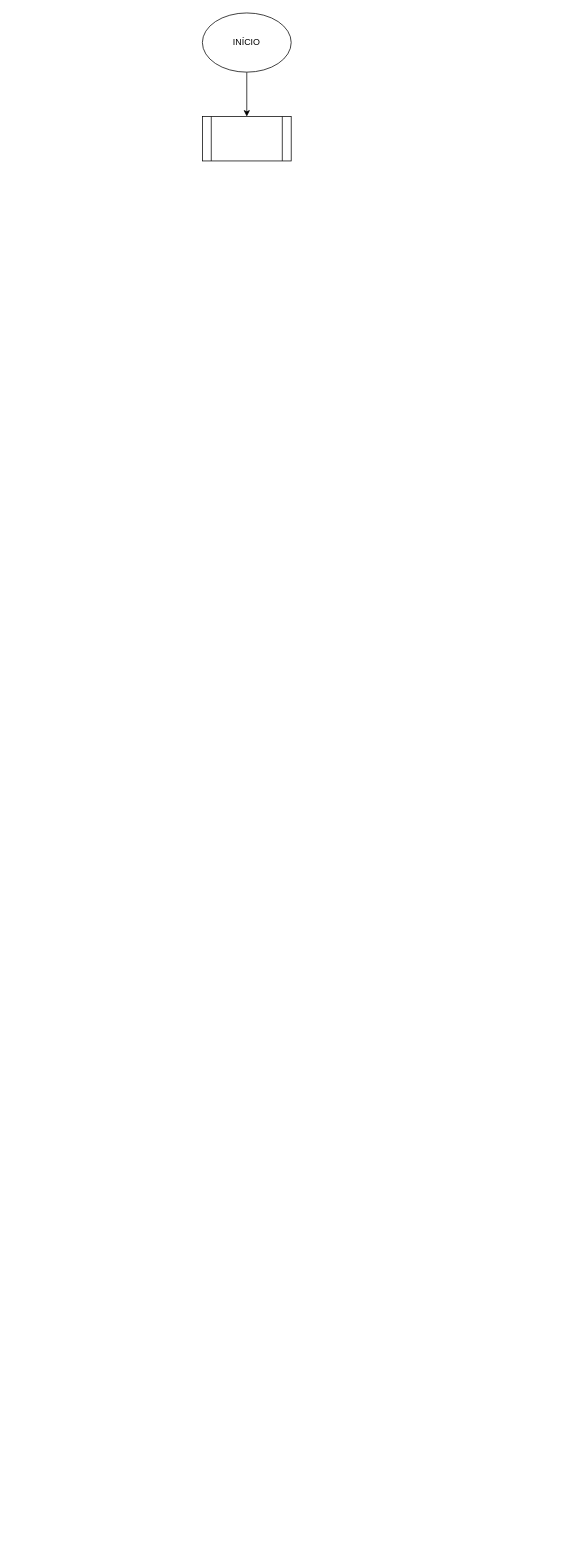
LeoCristo/armcod001 keeps this draw.io diagram as Diagrama sem nome.drawio. Above is the earlier version. Source tidied: cells renumbered, new cells numbered last; positions are measured from the earlier drawing's top-left corner, leaving out a move shared by most shapes. Both pictures are drawn from the tidied source at 74%, with x=0, y=0 at pixel (202, 13).
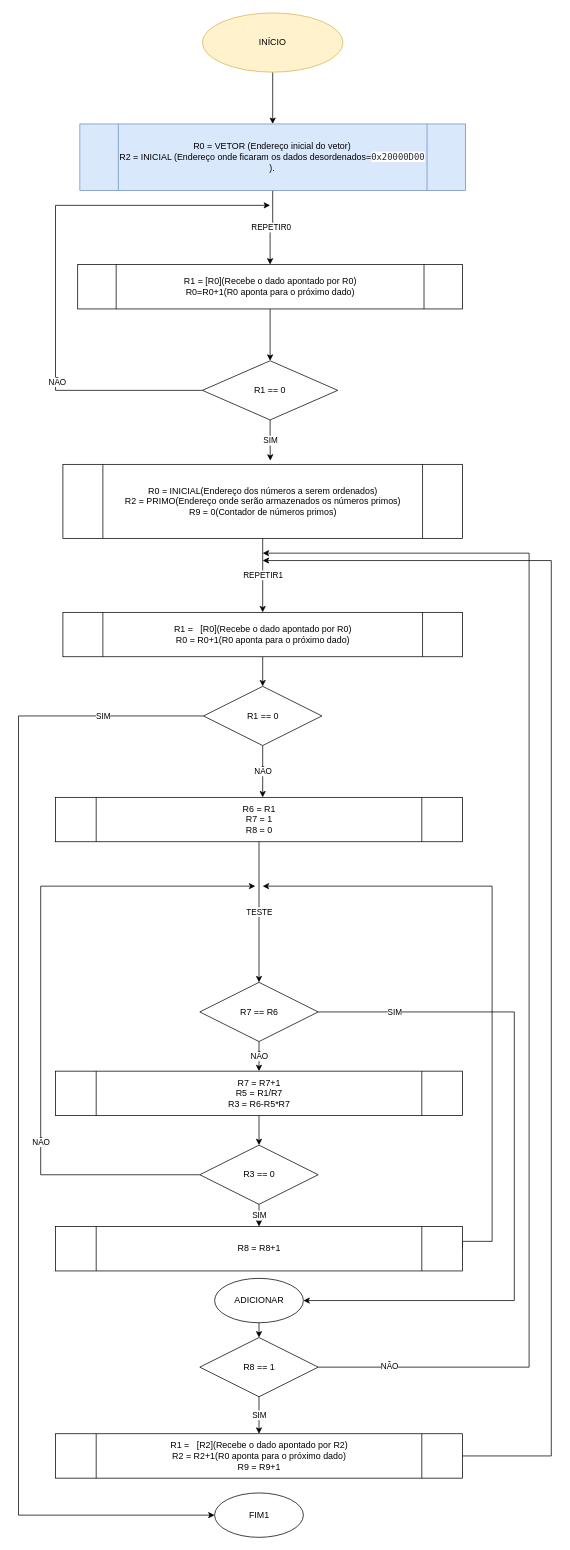
Above is the later version.

What changed in the source:
```diff
@@
-    <mxCell id="2" style="edgeStyle=orthogonalEdgeStyle;rounded=0;jettySize=auto;html=1;exitX=0.5;exitY=1;exitDx=0;exitDy=0;entryX=0.5;entryY=0;entryDx=0;entryDy=0;" parent="1" edge="1" source="3" target="4">
-      <mxGeometry relative="1" as="geometry" />
-    </mxCell>
+    <mxCell id="5" style="edgeStyle=orthogonalEdgeStyle;rounded=0;jettySize=auto;html=1;" parent="1" edge="1" source="3" target="7">
+      <mxGeometry relative="1" as="geometry" />
+    </mxCell>
-    <mxCell id="3" value="INÍCIO" style="ellipse;whiteSpace=wrap;html=1;" parent="1" vertex="1">
-      <mxGeometry width="120" height="80" as="geometry" />
+    <mxCell id="3" value="INÍCIO" style="ellipse;whiteSpace=wrap;html=1;fillColor=#fff2cc;strokeColor=#d6b656;" parent="1" vertex="1">
+      <mxGeometry width="190" height="80" as="geometry" />
     </mxCell>
-    <mxCell id="4" style="shape=process;whiteSpace=wrap;html=1;backgroundOutline=1;" parent="1" vertex="1">
-      <mxGeometry y="140" width="120" height="60" as="geometry" />
-    </mxCell>
+    <mxCell id="6" value="REPETIR0" style="edgeStyle=orthogonalEdgeStyle;rounded=0;jettySize=auto;html=1;entryX=0.5;entryY=0;entryDx=0;entryDy=0;" parent="1" edge="1" source="7" target="9">
+      <mxGeometry relative="1" as="geometry" />
+    </mxCell>
+    <mxCell id="7" value="R0 = VETOR (Endereço inicial do vetor)&lt;br&gt;R2 = INICIAL (Endereço onde ficaram os dados desordenados=&lt;span style=&quot;color: rgb(36, 41, 47); font-family: ui-monospace, SFMono-Regular, &amp;quot;SF Mono&amp;quot;, Menlo, Consolas, &amp;quot;Liberation Mono&amp;quot;, monospace; text-align: start; background-color: rgb(255, 255, 255);&quot;&gt;0x20000D00&lt;/span&gt;&lt;br&gt;)." style="shape=process;whiteSpace=wrap;html=1;backgroundOutline=1;fillColor=#dae8fc;strokeColor=#6c8ebf;" parent="1" vertex="1">
+      <mxGeometry x="-165.6" y="150" width="521.2" height="90" as="geometry" />
+    </mxCell>
+    <mxCell id="8" style="edgeStyle=orthogonalEdgeStyle;rounded=0;jettySize=auto;html=1;exitX=0.5;exitY=1;exitDx=0;exitDy=0;entryX=0.5;entryY=0;entryDx=0;entryDy=0;" parent="1" edge="1" source="9" target="13">
+      <mxGeometry relative="1" as="geometry" />
+    </mxCell>
+    <mxCell id="9" value="R1 =&amp;nbsp;[R0](Recebe o dado apontado por R0)&lt;br&gt;R0=R0+1(R0 aponta para o próximo dado)" style="shape=process;whiteSpace=wrap;html=1;backgroundOutline=1;" parent="1" vertex="1">
+      <mxGeometry x="-168.5" y="340" width="520" height="60" as="geometry" />
+    </mxCell>
+    <mxCell id="10" style="edgeStyle=orthogonalEdgeStyle;rounded=0;jettySize=auto;html=1;exitX=0;exitY=0.5;exitDx=0;exitDy=0;" parent="1" edge="1" source="13">
+      <mxGeometry relative="1" as="geometry">
+        <mxPoint x="91.5" y="260" as="targetPoint" />
+        <Array as="points">
+          <mxPoint x="-198.5" y="510" />
+          <mxPoint x="-198.5" y="260" />
+          <mxPoint x="91.5" y="260" />
+        </Array>
+      </mxGeometry>
+    </mxCell>
+    <mxCell id="11" value="NÃO" style="edgeLabel;html=1;align=center;verticalAlign=middle;" parent="10" vertex="1">
+      <mxGeometry x="-0.43" y="-2" relative="1" as="geometry" />
+    </mxCell>
+    <mxCell id="12" value="SIM" style="edgeStyle=orthogonalEdgeStyle;rounded=0;jettySize=auto;html=1;exitX=0.5;exitY=1;exitDx=0;exitDy=0;entryX=0.519;entryY=-0.05;entryDx=0;entryDy=0;entryPerimeter=0;" parent="1" edge="1" source="13" target="15">
+      <mxGeometry relative="1" as="geometry" />
+    </mxCell>
+    <mxCell id="13" value="R1 == 0" style="rhombus;whiteSpace=wrap;html=1;" parent="1" vertex="1">
+      <mxGeometry y="470" width="183" height="80" as="geometry" />
+    </mxCell>
+    <mxCell id="14" value="REPETIR1" style="edgeStyle=orthogonalEdgeStyle;rounded=0;jettySize=auto;html=1;exitX=0.5;exitY=1;exitDx=0;exitDy=0;entryX=0.5;entryY=0;entryDx=0;entryDy=0;" parent="1" edge="1" source="15" target="17">
+      <mxGeometry relative="1" as="geometry" />
+    </mxCell>
+    <mxCell id="15" value="R0 = INICIAL(Endereço dos números a serem ordenados)&lt;br&gt;R2 = PRIMO(Endereço onde serão armazenados os números primos)&lt;br&gt;R9 = 0(Contador de números primos)" style="shape=process;whiteSpace=wrap;html=1;backgroundOutline=1;" parent="1" vertex="1">
+      <mxGeometry x="-188.5" y="610" width="540" height="100" as="geometry" />
+    </mxCell>
+    <mxCell id="16" style="edgeStyle=orthogonalEdgeStyle;rounded=0;jettySize=auto;html=1;exitX=0.5;exitY=1;exitDx=0;exitDy=0;entryX=0.5;entryY=0;entryDx=0;entryDy=0;" parent="1" edge="1" source="17" target="21">
+      <mxGeometry relative="1" as="geometry" />
+    </mxCell>
+    <mxCell id="17" value="R1 =&amp;nbsp;&amp;nbsp;&amp;nbsp;[R0](Recebe o dado apontado por R0)&lt;br&gt;R0 = R0+1(R0 aponta para o próximo dado)" style="shape=process;whiteSpace=wrap;html=1;backgroundOutline=1;" parent="1" vertex="1">
+      <mxGeometry x="-188.5" y="810" width="540" height="60" as="geometry" />
+    </mxCell>
+    <mxCell id="18" value="NÃO" style="edgeStyle=orthogonalEdgeStyle;rounded=0;jettySize=auto;html=1;exitX=0.5;exitY=1;exitDx=0;exitDy=0;" parent="1" edge="1" source="21">
+      <mxGeometry relative="1" as="geometry">
+        <mxPoint x="81.5" y="1060" as="targetPoint" />
+      </mxGeometry>
+    </mxCell>
+    <mxCell id="19" style="edgeStyle=orthogonalEdgeStyle;rounded=0;jettySize=auto;html=1;exitX=0;exitY=0.5;exitDx=0;exitDy=0;entryX=0;entryY=0.5;entryDx=0;entryDy=0;" parent="1" edge="1" source="21" target="44">
+      <mxGeometry relative="1" as="geometry">
+        <Array as="points">
+          <mxPoint x="-248.5" y="950" />
+          <mxPoint x="-248.5" y="2030" />
+        </Array>
+      </mxGeometry>
+    </mxCell>
+    <mxCell id="20" value="SIM" style="edgeLabel;html=1;align=center;verticalAlign=middle;" parent="19" vertex="1">
+      <mxGeometry x="-0.83" y="-1" relative="1" as="geometry" />
+    </mxCell>
+    <mxCell id="21" value="R1 == 0" style="rhombus;whiteSpace=wrap;html=1;" parent="1" vertex="1">
+      <mxGeometry x="1.5" y="910" width="160" height="80" as="geometry" />
+    </mxCell>
+    <mxCell id="22" value="TESTE" style="edgeStyle=orthogonalEdgeStyle;rounded=0;jettySize=auto;html=1;entryX=0.5;entryY=0;entryDx=0;entryDy=0;" parent="1" edge="1" source="23" target="27">
+      <mxGeometry relative="1" as="geometry" />
+    </mxCell>
+    <mxCell id="23" value="R6 = R1&lt;br&gt;R7 = 1&lt;br&gt;R8 = 0" style="shape=process;whiteSpace=wrap;html=1;backgroundOutline=1;" parent="1" vertex="1">
+      <mxGeometry x="-198.5" y="1060" width="550" height="60" as="geometry" />
+    </mxCell>
+    <mxCell id="24" value="NÃO" style="edgeStyle=orthogonalEdgeStyle;rounded=0;jettySize=auto;html=1;" parent="1" edge="1" source="27" target="29">
+      <mxGeometry relative="1" as="geometry" />
+    </mxCell>
+    <mxCell id="25" style="edgeStyle=orthogonalEdgeStyle;rounded=0;jettySize=auto;html=1;exitX=1;exitY=0.5;exitDx=0;exitDy=0;entryX=1;entryY=0.5;entryDx=0;entryDy=0;" parent="1" edge="1" source="27" target="43">
+      <mxGeometry relative="1" as="geometry">
+        <Array as="points">
+          <mxPoint x="421.5" y="1350" />
+          <mxPoint x="421.5" y="1740" />
+        </Array>
+      </mxGeometry>
+    </mxCell>
+    <mxCell id="26" value="SIM" style="edgeLabel;html=1;align=center;verticalAlign=middle;" parent="25" vertex="1">
+      <mxGeometry x="-0.78" relative="1" as="geometry" />
+    </mxCell>
+    <mxCell id="27" value="R7 == R6" style="rhombus;whiteSpace=wrap;html=1;" parent="1" vertex="1">
+      <mxGeometry x="-3.5" y="1310" width="160" height="80" as="geometry" />
+    </mxCell>
+    <mxCell id="28" style="edgeStyle=orthogonalEdgeStyle;rounded=0;jettySize=auto;html=1;" parent="1" edge="1" source="29" target="33">
+      <mxGeometry relative="1" as="geometry" />
+    </mxCell>
+    <mxCell id="29" value="R7 = R7+1&lt;br&gt;R5 = R1/R7&lt;br&gt;R3 = R6-R5*R7" style="shape=process;whiteSpace=wrap;html=1;backgroundOutline=1;" parent="1" vertex="1">
+      <mxGeometry x="-198.5" y="1430" width="550" height="60" as="geometry" />
+    </mxCell>
+    <mxCell id="30" style="edgeStyle=orthogonalEdgeStyle;rounded=0;jettySize=auto;html=1;exitX=0;exitY=0.5;exitDx=0;exitDy=0;" parent="1" edge="1" source="33">
+      <mxGeometry relative="1" as="geometry">
+        <mxPoint x="71.5" y="1180" as="targetPoint" />
+        <Array as="points">
+          <mxPoint x="-218.5" y="1570" />
+        </Array>
+      </mxGeometry>
+    </mxCell>
+    <mxCell id="31" value="NÃO" style="edgeLabel;html=1;align=center;verticalAlign=middle;" parent="30" vertex="1">
+      <mxGeometry x="-0.42" relative="1" as="geometry" />
+    </mxCell>
+    <mxCell id="32" value="SIM" style="edgeStyle=orthogonalEdgeStyle;rounded=0;jettySize=auto;html=1;" parent="1" edge="1" source="33" target="35">
+      <mxGeometry relative="1" as="geometry" />
+    </mxCell>
+    <mxCell id="33" value="R3 == 0" style="rhombus;whiteSpace=wrap;html=1;" parent="1" vertex="1">
+      <mxGeometry x="-3.5" y="1530" width="160" height="80" as="geometry" />
+    </mxCell>
+    <mxCell id="34" style="edgeStyle=orthogonalEdgeStyle;rounded=0;jettySize=auto;html=1;exitX=1;exitY=0.5;exitDx=0;exitDy=0;" parent="1" edge="1" source="35">
+      <mxGeometry relative="1" as="geometry">
+        <mxPoint x="81.5" y="1180" as="targetPoint" />
+        <Array as="points">
+          <mxPoint x="391.5" y="1660" />
+          <mxPoint x="391.5" y="1180" />
+        </Array>
+      </mxGeometry>
+    </mxCell>
+    <mxCell id="35" value="R8 = R8+1" style="shape=process;whiteSpace=wrap;html=1;backgroundOutline=1;" parent="1" vertex="1">
+      <mxGeometry x="-198.5" y="1640" width="550" height="60" as="geometry" />
+    </mxCell>
+    <mxCell id="36" style="edgeStyle=orthogonalEdgeStyle;rounded=0;jettySize=auto;html=1;exitX=1;exitY=0.5;exitDx=0;exitDy=0;" parent="1" edge="1" source="39">
+      <mxGeometry relative="1" as="geometry">
+        <mxPoint x="81.5" y="730" as="targetPoint" />
+        <Array as="points">
+          <mxPoint x="441.5" y="1830" />
+          <mxPoint x="441.5" y="730" />
+        </Array>
+      </mxGeometry>
+    </mxCell>
+    <mxCell id="37" value="NÃO" style="edgeLabel;html=1;align=center;verticalAlign=middle;" parent="36" vertex="1">
+      <mxGeometry x="-0.89" y="2" relative="1" as="geometry" />
+    </mxCell>
+    <mxCell id="38" value="SIM" style="edgeStyle=orthogonalEdgeStyle;rounded=0;jettySize=auto;html=1;" parent="1" edge="1" source="39" target="41">
+      <mxGeometry relative="1" as="geometry" />
+    </mxCell>
+    <mxCell id="39" value="R8 == 1" style="rhombus;whiteSpace=wrap;html=1;" parent="1" vertex="1">
+      <mxGeometry x="-3.5" y="1790" width="160" height="80" as="geometry" />
+    </mxCell>
+    <mxCell id="40" style="edgeStyle=orthogonalEdgeStyle;rounded=0;jettySize=auto;html=1;exitX=1;exitY=0.5;exitDx=0;exitDy=0;" parent="1" edge="1" source="41">
+      <mxGeometry relative="1" as="geometry">
+        <mxPoint x="81.5" y="740" as="targetPoint" />
+        <Array as="points">
+          <mxPoint x="471.5" y="1950" />
+          <mxPoint x="471.5" y="740" />
+        </Array>
+      </mxGeometry>
+    </mxCell>
+    <mxCell id="41" value="R1 =&amp;nbsp;&amp;nbsp;&amp;nbsp;[R2](Recebe o dado apontado por R2)&lt;br&gt;R2 = R2+1(R0 aponta para o próximo dado)&lt;br&gt;R9 = R9+1" style="shape=process;whiteSpace=wrap;html=1;backgroundOutline=1;" parent="1" vertex="1">
+      <mxGeometry x="-198.5" y="1920" width="550" height="60" as="geometry" />
+    </mxCell>
+    <mxCell id="42" style="edgeStyle=orthogonalEdgeStyle;rounded=0;jettySize=auto;html=1;exitX=0.5;exitY=1;exitDx=0;exitDy=0;entryX=0.5;entryY=0;entryDx=0;entryDy=0;" parent="1" edge="1" source="43" target="39">
+      <mxGeometry relative="1" as="geometry" />
+    </mxCell>
+    <mxCell id="43" value="ADICIONAR" style="ellipse;whiteSpace=wrap;html=1;" parent="1" vertex="1">
+      <mxGeometry x="16.5" y="1710" width="120" height="60" as="geometry" />
+    </mxCell>
+    <mxCell id="44" value="FIM1" style="ellipse;whiteSpace=wrap;html=1;" parent="1" vertex="1">
+      <mxGeometry x="16.5" y="2000" width="120" height="60" as="geometry" />
+    </mxCell>
```
